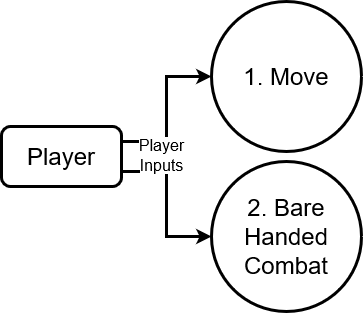
FM-Man/SPL_2 keeps this draw.io diagram as Pictures/dataflow/1.3.4.3.drawio.png. Above is the earlier version. Source tidied: cells renumbered, new cells last; positions are measured from the earlier drawing's top-left corner, leaving out a move shared by most shapes. Its diagram source:
```xml
<mxGraphModel>
  <root>
    <mxCell id="0" />
    <mxCell id="1" parent="0" />
    <mxCell id="2" value="&lt;div&gt;1. Move&lt;/div&gt;" style="ellipse;whiteSpace=wrap;html=1;fontSize=24;strokeWidth=3;" parent="1" vertex="1">
      <mxGeometry x="210" width="150" height="150" as="geometry" />
    </mxCell>
    <mxCell id="3" style="edgeStyle=orthogonalEdgeStyle;rounded=0;jettySize=auto;html=1;exitX=1;exitY=0.25;exitDx=0;exitDy=0;entryX=0;entryY=0.5;entryDx=0;entryDy=0;strokeWidth=3;" parent="1" edge="1" source="5" target="2">
      <mxGeometry relative="1" as="geometry" />
    </mxCell>
    <mxCell id="4" style="edgeStyle=orthogonalEdgeStyle;rounded=0;jettySize=auto;html=1;exitX=1;exitY=0.75;exitDx=0;exitDy=0;entryX=0;entryY=0.5;entryDx=0;entryDy=0;strokeWidth=3;" parent="1" edge="1" source="5" target="6">
      <mxGeometry relative="1" as="geometry" />
    </mxCell>
    <mxCell id="5" value="&lt;font style=&quot;font-size: 24px&quot;&gt;Player&lt;/font&gt;" style="rounded=1;whiteSpace=wrap;html=1;strokeWidth=3;" parent="1" vertex="1">
      <mxGeometry y="125" width="120" height="60" as="geometry" />
    </mxCell>
    <mxCell id="6" value="&lt;div&gt;2. Bare Handed Combat&lt;br&gt;&lt;/div&gt;" style="ellipse;whiteSpace=wrap;html=1;fontSize=24;strokeWidth=3;" parent="1" vertex="1">
      <mxGeometry x="210" y="160" width="150" height="150" as="geometry" />
    </mxCell>
    <mxCell id="7" value="&lt;div style=&quot;font-size: 16px&quot;&gt;&lt;font style=&quot;font-size: 16px&quot;&gt;&lt;span style=&quot;background-color: rgb(255 , 255 , 255)&quot;&gt;Player&lt;/span&gt;&lt;/font&gt;&lt;/div&gt;&lt;div style=&quot;font-size: 16px&quot;&gt;&lt;font style=&quot;font-size: 16px&quot;&gt;&lt;span style=&quot;background-color: rgb(255 , 255 , 255)&quot;&gt;Inputs&lt;/span&gt;&lt;/font&gt;&lt;br&gt;&lt;/div&gt;" style="text;html=1;align=center;verticalAlign=middle;strokeColor=none;fillColor=none;" parent="1" vertex="1">
      <mxGeometry x="130" y="139" width="60" height="30" as="geometry" />
    </mxCell>
  </root>
</mxGraphModel>
```
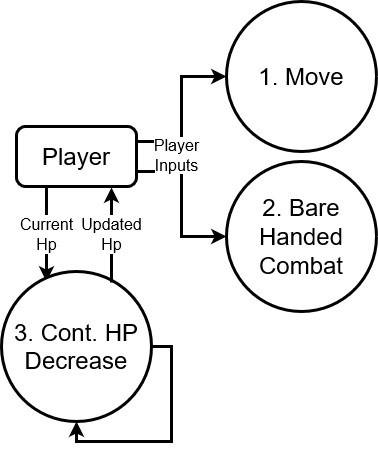
After the commit.

Diff of the diagram source:
```diff
@@ -11,6 +11,9 @@
     <mxCell id="4" style="edgeStyle=orthogonalEdgeStyle;rounded=0;jettySize=auto;html=1;exitX=1;exitY=0.75;exitDx=0;exitDy=0;entryX=0;entryY=0.5;entryDx=0;entryDy=0;strokeWidth=3;" parent="1" edge="1" source="5" target="6">
       <mxGeometry relative="1" as="geometry" />
     </mxCell>
+    <mxCell id="8" value="&lt;div&gt;Current&lt;/div&gt;&lt;div&gt;Hp&lt;/div&gt;" style="edgeStyle=orthogonalEdgeStyle;rounded=0;jettySize=auto;html=1;exitX=0.25;exitY=1;exitDx=0;exitDy=0;entryX=0.3;entryY=0.067;entryDx=0;entryDy=0;entryPerimeter=0;fontSize=16;strokeWidth=3;" parent="1" edge="1" source="5" target="9">
+      <mxGeometry relative="1" as="geometry" />
+    </mxCell>
     <mxCell id="5" value="&lt;font style=&quot;font-size: 24px&quot;&gt;Player&lt;/font&gt;" style="rounded=1;whiteSpace=wrap;html=1;strokeWidth=3;" parent="1" vertex="1">
       <mxGeometry y="125" width="120" height="60" as="geometry" />
     </mxCell>
@@ -20,5 +23,17 @@
     <mxCell id="7" value="&lt;div style=&quot;font-size: 16px&quot;&gt;&lt;font style=&quot;font-size: 16px&quot;&gt;&lt;span style=&quot;background-color: rgb(255 , 255 , 255)&quot;&gt;Player&lt;/span&gt;&lt;/font&gt;&lt;/div&gt;&lt;div style=&quot;font-size: 16px&quot;&gt;&lt;font style=&quot;font-size: 16px&quot;&gt;&lt;span style=&quot;background-color: rgb(255 , 255 , 255)&quot;&gt;Inputs&lt;/span&gt;&lt;/font&gt;&lt;br&gt;&lt;/div&gt;" style="text;html=1;align=center;verticalAlign=middle;strokeColor=none;fillColor=none;" parent="1" vertex="1">
       <mxGeometry x="130" y="139" width="60" height="30" as="geometry" />
     </mxCell>
+    <mxCell id="9" value="&lt;div&gt;3. Cont. HP Decrease&lt;br&gt;&lt;/div&gt;" style="ellipse;whiteSpace=wrap;html=1;fontSize=24;strokeWidth=3;" parent="1" vertex="1">
+      <mxGeometry x="-15" y="270" width="150" height="150" as="geometry" />
+    </mxCell>
+    <mxCell id="10" style="edgeStyle=orthogonalEdgeStyle;rounded=0;orthogonalLoop=1;jettySize=auto;html=1;exitX=1;exitY=0.5;exitDx=0;exitDy=0;strokeWidth=3;" parent="1" edge="1" source="9" target="9">
+      <mxGeometry relative="1" as="geometry" />
+    </mxCell>
+    <mxCell id="11" value="&lt;div&gt;Updated&lt;/div&gt;&lt;div&gt;Hp&lt;/div&gt;" style="edgeStyle=orthogonalEdgeStyle;rounded=0;orthogonalLoop=1;jettySize=auto;html=1;exitX=0.25;exitY=1;exitDx=0;exitDy=0;entryX=0.3;entryY=0.067;entryDx=0;entryDy=0;entryPerimeter=0;fontSize=16;strokeWidth=3;" parent="1" edge="1">
+      <mxGeometry relative="1" as="geometry">
+        <mxPoint x="95" y="281" as="sourcePoint" />
+        <mxPoint x="95" y="186" as="targetPoint" />
+      </mxGeometry>
+    </mxCell>
   </root>
 </mxGraphModel>
```
